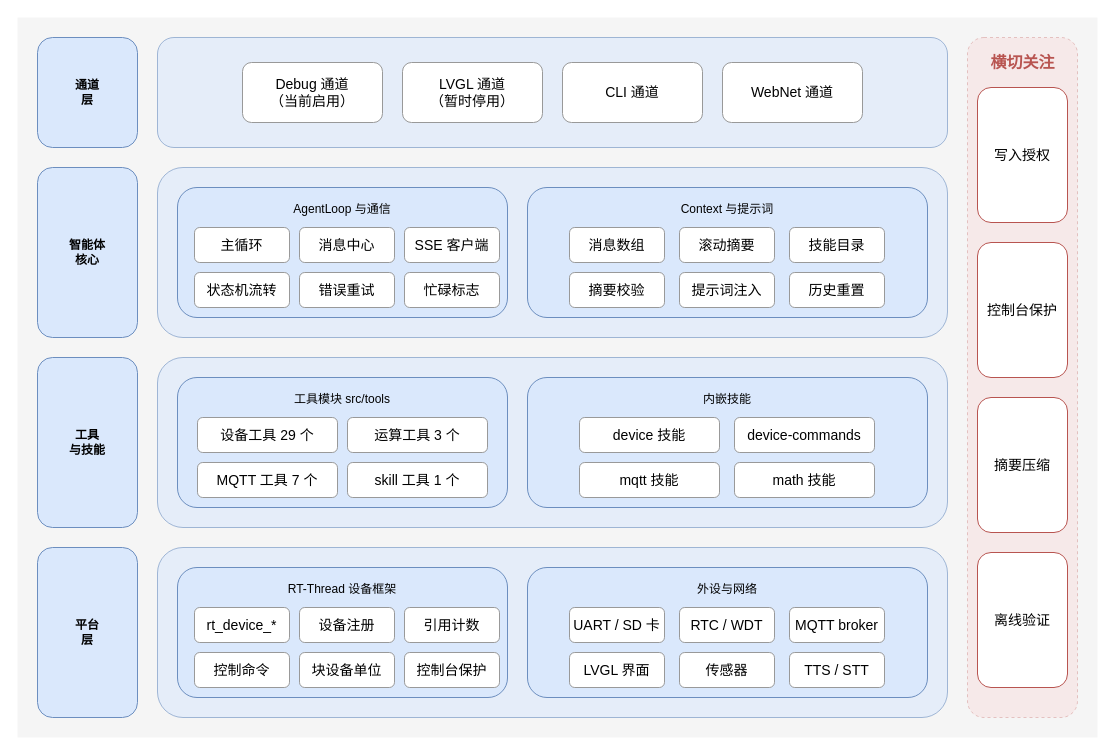
This is docs/diagrams/agent-architecture.drawio from CXSforHPU/Agent, a draw.io file, before an edit. Source tidied: cells renumbered, new cells numbered last; positions are measured from the earlier drawing's top-left corner, leaving out a move shared by most shapes. Both pictures are drawn from the tidied source at 100%, with x=0, y=0 at pixel (17, 17).
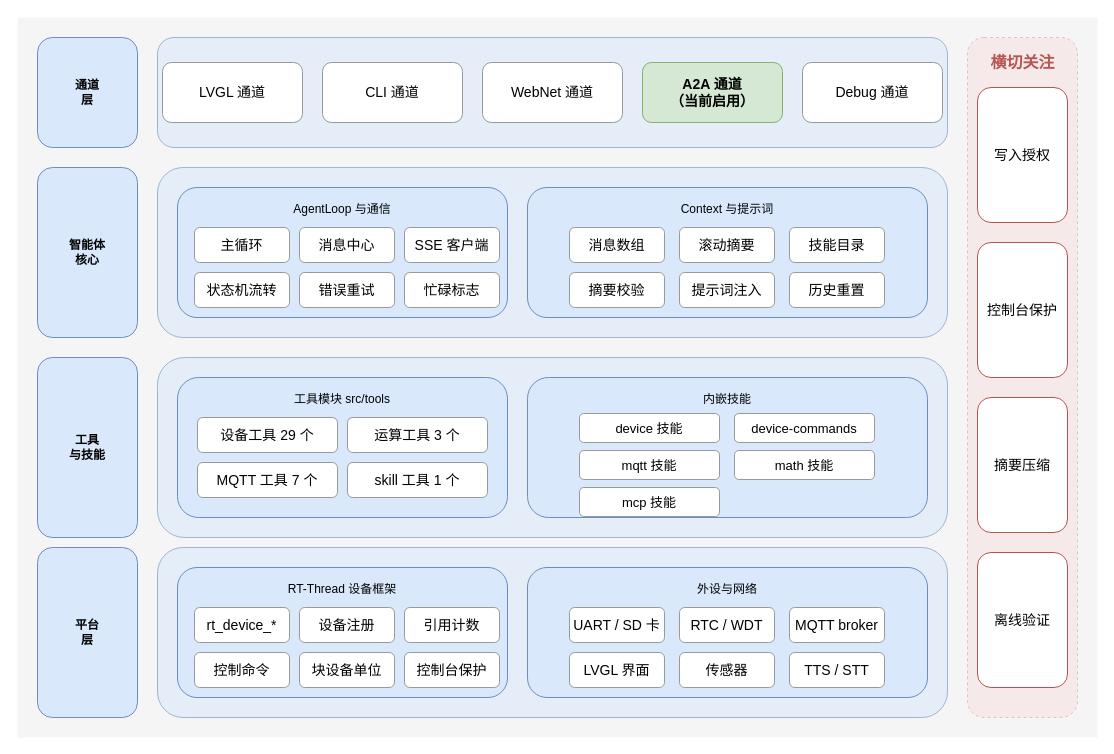
After the change.

The edit, as a diff of the source:
```diff
@@
-    <mxCell id="11" value="Debug 通道&#10;（当前启用）" style="rounded=1;whiteSpace=wrap;html=1;fillColor=#ffffff;strokeColor=#999999;fontSize=14;" parent="1" vertex="1">
-      <mxGeometry x="225" y="45" width="140" height="60" as="geometry" />
-    </mxCell>
-    <mxCell id="12" value="LVGL 通道&#10;（暂时停用）" style="rounded=1;whiteSpace=wrap;html=1;fillColor=#ffffff;strokeColor=#999999;fontSize=14;" parent="1" vertex="1">
-      <mxGeometry x="385" y="45" width="140" height="60" as="geometry" />
+    <mxCell id="12" value="LVGL 通道" style="rounded=1;whiteSpace=wrap;html=1;fillColor=#ffffff;strokeColor=#999999;fontSize=14;" parent="1" vertex="1">
+      <mxGeometry x="145" y="45" width="140" height="60" as="geometry" />
     </mxCell>
     <mxCell id="13" value="CLI 通道" style="rounded=1;whiteSpace=wrap;html=1;fillColor=#ffffff;strokeColor=#999999;fontSize=14;" parent="1" vertex="1">
-      <mxGeometry x="545" y="45" width="140" height="60" as="geometry" />
+      <mxGeometry x="305" y="45" width="140" height="60" as="geometry" />
     </mxCell>
     <mxCell id="14" value="WebNet 通道" style="rounded=1;whiteSpace=wrap;html=1;fillColor=#ffffff;strokeColor=#999999;fontSize=14;" parent="1" vertex="1">
-      <mxGeometry x="705" y="45" width="140" height="60" as="geometry" />
+      <mxGeometry x="465" y="45" width="140" height="60" as="geometry" />
     </mxCell>
+    <mxCell id="59" value="A2A 通道&#10;（当前启用）" style="rounded=1;whiteSpace=wrap;html=1;fillColor=#d5e8d4;strokeColor=#82b366;fontSize=14;fontStyle=1;" parent="1" vertex="1">
+      <mxGeometry x="625" y="45" width="140" height="60" as="geometry" />
+    </mxCell>
+    <mxCell id="11" value="Debug 通道" style="rounded=1;whiteSpace=wrap;html=1;fillColor=#ffffff;strokeColor=#999999;fontSize=14;" parent="1" vertex="1">
+      <mxGeometry x="785" y="45" width="140" height="60" as="geometry" />
+    </mxCell>
@@
     <mxCell id="31" value="工具&#10;与技能" style="rounded=1;whiteSpace=wrap;html=1;fillColor=#dae8fc;strokeColor=#6c8ebf;                        fontSize=18;fontStyle=1;verticalAlign=middle;align=center;" parent="1" vertex="1">
-      <mxGeometry x="20" y="340" width="100" height="170" as="geometry" />
+      <mxGeometry x="20" y="340" width="100" height="180" as="geometry" />
     </mxCell>
     <mxCell id="32" style="rounded=1;whiteSpace=wrap;html=1;fillColor=#dae8fc;strokeColor=#6c8ebf;opacity=60;" parent="1" vertex="1">
-      <mxGeometry x="140" y="340" width="790" height="170" as="geometry" />
+      <mxGeometry x="140" y="340" width="790" height="180" as="geometry" />
     </mxCell>
     <mxCell id="33" value="工具模块 src/tools" style="rounded=1;whiteSpace=wrap;html=1;fillColor=#dae8fc;strokeColor=#6c8ebf;                        fontSize=16;verticalAlign=top;align=center;spacingTop=8;" parent="1" vertex="1">
-      <mxGeometry x="160" y="360" width="330" height="130" as="geometry" />
+      <mxGeometry x="160" y="360" width="330" height="140" as="geometry" />
     </mxCell>
@@
     <mxCell id="38" value="内嵌技能" style="rounded=1;whiteSpace=wrap;html=1;fillColor=#dae8fc;strokeColor=#6c8ebf;                        fontSize=16;verticalAlign=top;align=center;spacingTop=8;" parent="1" vertex="1">
-      <mxGeometry x="510" y="360" width="400" height="130" as="geometry" />
+      <mxGeometry x="510" y="360" width="400" height="140" as="geometry" />
     </mxCell>
-    <mxCell id="39" value="device 技能" style="rounded=1;whiteSpace=wrap;html=1;fillColor=#ffffff;strokeColor=#999999;fontSize=14;" parent="1" vertex="1">
-      <mxGeometry x="562" y="400" width="140" height="35" as="geometry" />
+    <mxCell id="39" value="device 技能" style="rounded=1;whiteSpace=wrap;html=1;fillColor=#ffffff;strokeColor=#999999;fontSize=13;" parent="1" vertex="1">
+      <mxGeometry x="562" y="396" width="140" height="29" as="geometry" />
     </mxCell>
-    <mxCell id="40" value="device-commands" style="rounded=1;whiteSpace=wrap;html=1;fillColor=#ffffff;strokeColor=#999999;fontSize=14;" parent="1" vertex="1">
-      <mxGeometry x="717" y="400" width="140" height="35" as="geometry" />
+    <mxCell id="40" value="device-commands" style="rounded=1;whiteSpace=wrap;html=1;fillColor=#ffffff;strokeColor=#999999;fontSize=13;" parent="1" vertex="1">
+      <mxGeometry x="717" y="396" width="140" height="29" as="geometry" />
     </mxCell>
-    <mxCell id="41" value="mqtt 技能" style="rounded=1;whiteSpace=wrap;html=1;fillColor=#ffffff;strokeColor=#999999;fontSize=14;" parent="1" vertex="1">
-      <mxGeometry x="562" y="445" width="140" height="35" as="geometry" />
+    <mxCell id="41" value="mqtt 技能" style="rounded=1;whiteSpace=wrap;html=1;fillColor=#ffffff;strokeColor=#999999;fontSize=13;" parent="1" vertex="1">
+      <mxGeometry x="562" y="433" width="140" height="29" as="geometry" />
     </mxCell>
-    <mxCell id="42" value="math 技能" style="rounded=1;whiteSpace=wrap;html=1;fillColor=#ffffff;strokeColor=#999999;fontSize=14;" parent="1" vertex="1">
-      <mxGeometry x="717" y="445" width="140" height="35" as="geometry" />
+    <mxCell id="42" value="math 技能" style="rounded=1;whiteSpace=wrap;html=1;fillColor=#ffffff;strokeColor=#999999;fontSize=13;" parent="1" vertex="1">
+      <mxGeometry x="717" y="433" width="140" height="29" as="geometry" />
     </mxCell>
+    <mxCell id="60" value="mcp 技能" style="rounded=1;whiteSpace=wrap;html=1;fillColor=#ffffff;strokeColor=#999999;fontSize=13;" parent="1" vertex="1">
+      <mxGeometry x="562" y="470" width="140" height="29" as="geometry" />
+    </mxCell>
```
